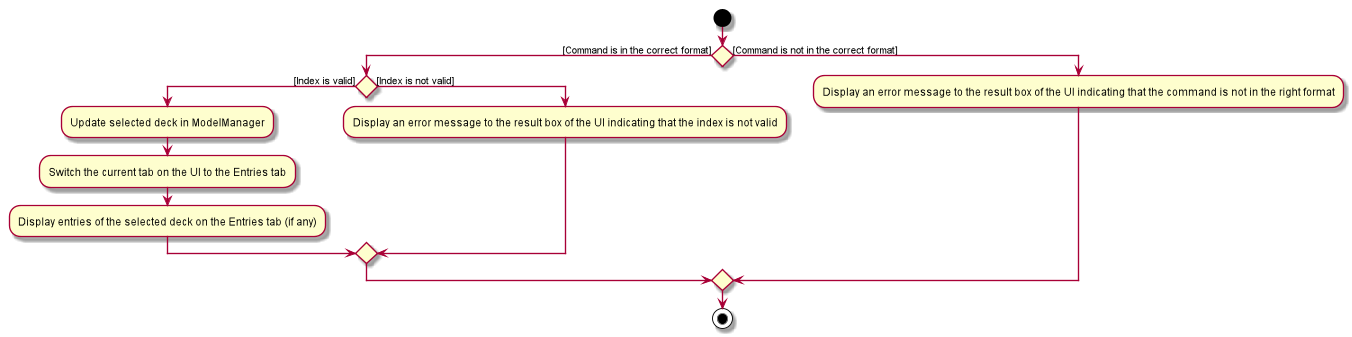
Before: docs/images/SelectActivityDiagram.png, a diagram exported from PlantUML (vigneshbhuvan-nus/tp).
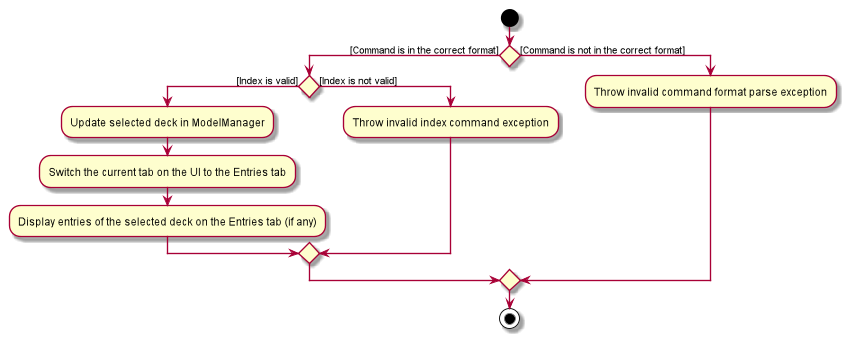
The same file after the commit.

Change to the diagram source:
```diff
@@ -6,10 +6,10 @@
 :Switch the current tab on the UI to the Entries tab;
 :Display entries of the selected deck on the Entries tab (if any);
 else([Index is not valid])
-:Display an error message to the result box of the UI indicating that the index is not valid;
+:Throw invalid index command exception;
 endif
 else([Command is not in the correct format])
-:Display an error message to the result box of the UI indicating that the command is not in the right format;
+:Throw invalid command format parse exception;
 endif
 stop
 @enduml
```
